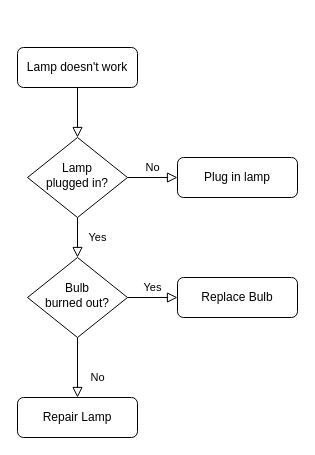
Before: Untitled Diagram.drawio in Shimanshu83/design, a draw.io diagram. Source tidied: cells renumbered, new cells numbered last; positions are measured from the earlier drawing's top-left corner, leaving out a move shared by most shapes. Both pictures are drawn from the tidied source at 100%, with x=0, y=0 at pixel (17, 47).
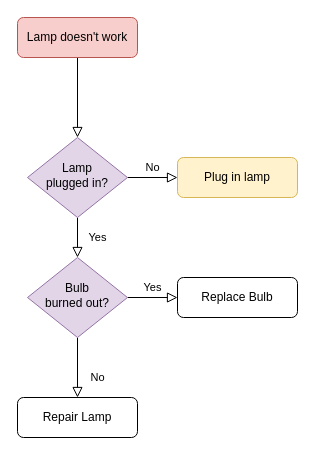
The same page after the edit.

The edit, as a diff of the source:
```diff
@@
 <mxGraphModel>
   <root>
     <mxCell id="0" />
     <mxCell id="1" parent="0" />
     <mxCell id="2" style="rounded=0;html=1;jettySize=auto;fontSize=11;endArrow=block;endFill=0;endSize=8;strokeWidth=1;shadow=0;labelBackgroundColor=none;edgeStyle=orthogonalEdgeStyle;" parent="1" edge="1" source="3" target="6">
       <mxGeometry relative="1" as="geometry" />
     </mxCell>
-    <mxCell id="3" value="Lamp doesn't work" style="rounded=1;whiteSpace=wrap;html=1;fontSize=12;glass=0;strokeWidth=1;shadow=0;" parent="1" vertex="1">
-      <mxGeometry width="120" height="40" as="geometry" />
+    <mxCell id="3" value="Lamp doesn't work" style="rounded=1;whiteSpace=wrap;html=1;fontSize=12;glass=0;strokeWidth=1;shadow=0;fillColor=#f8cecc;strokeColor=#b85450;" parent="1" vertex="1">
+      <mxGeometry y="-30" width="120" height="40" as="geometry" />
     </mxCell>
     <mxCell id="4" value="Yes" style="rounded=0;html=1;jettySize=auto;fontSize=11;endArrow=block;endFill=0;endSize=8;strokeWidth=1;shadow=0;labelBackgroundColor=none;edgeStyle=orthogonalEdgeStyle;" parent="1" edge="1" source="6" target="10">
       <mxGeometry y="20" relative="1" as="geometry" />
     </mxCell>
     <mxCell id="5" value="No" style="edgeStyle=orthogonalEdgeStyle;rounded=0;html=1;jettySize=auto;fontSize=11;endArrow=block;endFill=0;endSize=8;strokeWidth=1;shadow=0;labelBackgroundColor=none;" parent="1" edge="1" source="6" target="7">
       <mxGeometry y="10" relative="1" as="geometry" />
     </mxCell>
-    <mxCell id="6" value="Lamp&lt;br&gt;plugged in?" style="rhombus;whiteSpace=wrap;html=1;shadow=0;fontFamily=Helvetica;fontSize=12;align=center;strokeWidth=1;spacing=6;spacingTop=-4;" parent="1" vertex="1">
+    <mxCell id="6" value="Lamp&lt;br&gt;plugged in?" style="rhombus;whiteSpace=wrap;html=1;shadow=0;fontFamily=Helvetica;fontSize=12;align=center;strokeWidth=1;spacing=6;spacingTop=-4;fillColor=#e1d5e7;strokeColor=#9673a6;" parent="1" vertex="1">
       <mxGeometry x="10" y="90" width="100" height="80" as="geometry" />
     </mxCell>
-    <mxCell id="7" value="Plug in lamp" style="rounded=1;whiteSpace=wrap;html=1;fontSize=12;glass=0;strokeWidth=1;shadow=0;" parent="1" vertex="1">
+    <mxCell id="7" value="Plug in lamp" style="rounded=1;whiteSpace=wrap;html=1;fontSize=12;glass=0;strokeWidth=1;shadow=0;fillColor=#fff2cc;strokeColor=#d6b656;" parent="1" vertex="1">
       <mxGeometry x="160" y="110" width="120" height="40" as="geometry" />
     </mxCell>
     <mxCell id="8" value="No" style="rounded=0;html=1;jettySize=auto;fontSize=11;endArrow=block;endFill=0;endSize=8;strokeWidth=1;shadow=0;labelBackgroundColor=none;edgeStyle=orthogonalEdgeStyle;" parent="1" edge="1" source="10" target="11">
       <mxGeometry x="0.33" y="20" relative="1" as="geometry" />
     </mxCell>
     <mxCell id="9" value="Yes" style="edgeStyle=orthogonalEdgeStyle;rounded=0;html=1;jettySize=auto;fontSize=11;endArrow=block;endFill=0;endSize=8;strokeWidth=1;shadow=0;labelBackgroundColor=none;" parent="1" edge="1" source="10" target="12">
       <mxGeometry y="10" relative="1" as="geometry" />
     </mxCell>
-    <mxCell id="10" value="Bulb&lt;br&gt;burned out?" style="rhombus;whiteSpace=wrap;html=1;shadow=0;fontFamily=Helvetica;fontSize=12;align=center;strokeWidth=1;spacing=6;spacingTop=-4;" parent="1" vertex="1">
+    <mxCell id="10" value="Bulb&lt;br&gt;burned out?" style="rhombus;whiteSpace=wrap;html=1;shadow=0;fontFamily=Helvetica;fontSize=12;align=center;strokeWidth=1;spacing=6;spacingTop=-4;fillColor=#e1d5e7;strokeColor=#9673a6;" parent="1" vertex="1">
       <mxGeometry x="10" y="210" width="100" height="80" as="geometry" />
     </mxCell>
     <mxCell id="11" value="Repair Lamp" style="rounded=1;whiteSpace=wrap;html=1;fontSize=12;glass=0;strokeWidth=1;shadow=0;" parent="1" vertex="1">
       <mxGeometry y="350" width="120" height="40" as="geometry" />
     </mxCell>
     <mxCell id="12" value="Replace Bulb" style="rounded=1;whiteSpace=wrap;html=1;fontSize=12;glass=0;strokeWidth=1;shadow=0;" parent="1" vertex="1">
       <mxGeometry x="160" y="230" width="120" height="40" as="geometry" />
     </mxCell>
   </root>
 </mxGraphModel>
```
